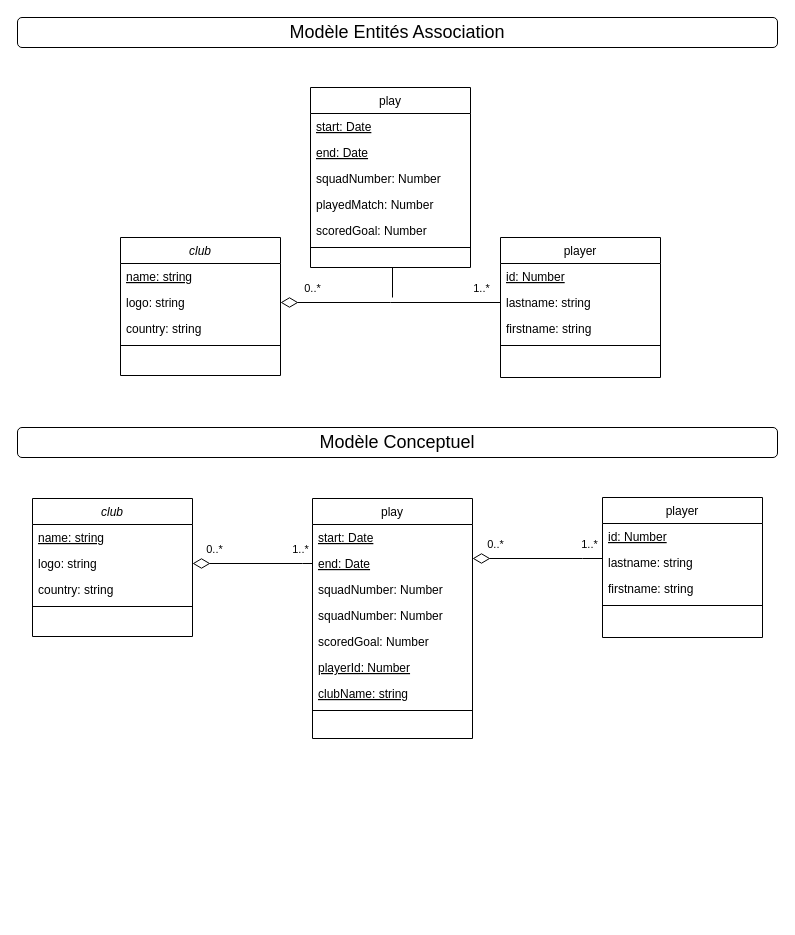
This is documentation/uml-sportyma-eval.drawio from PheonBest/soccer-clubs-react-native-app, a draw.io file, before an edit. Source tidied: cells renumbered, new cells numbered last; positions are measured from the earlier drawing's top-left corner, leaving out a move shared by most shapes. Both pictures are drawn from the tidied source at 100%, with x=0, y=0 at pixel (17, 17).
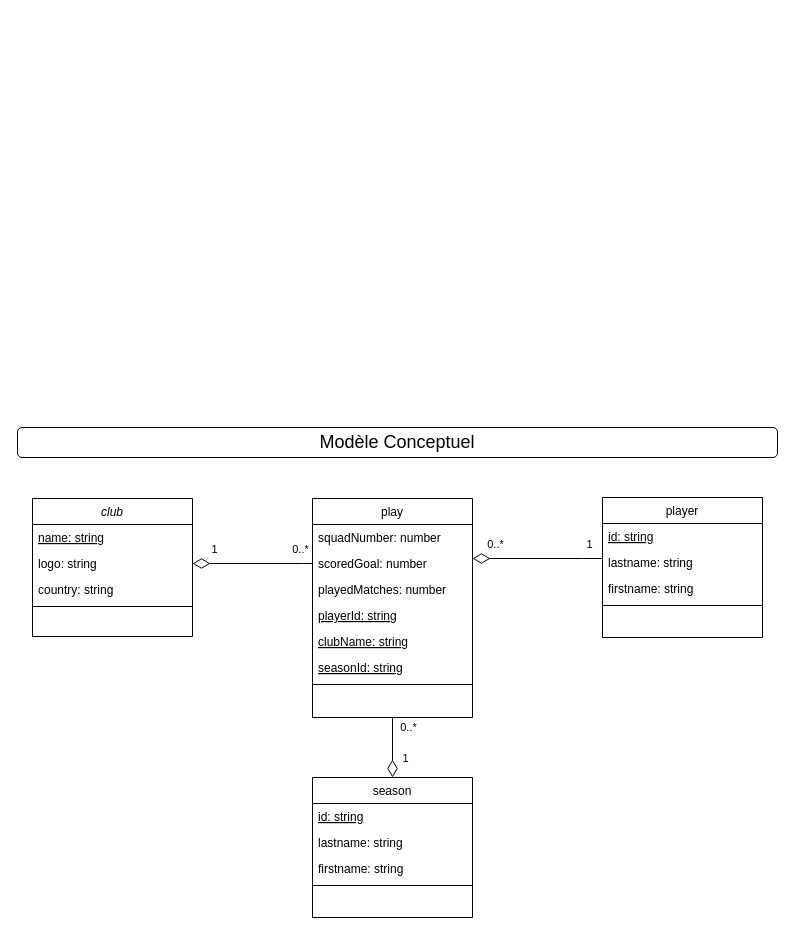
After the change.

The change refers to these unchanged cells:
```xml
<mxCell id="18" value="logo: string" style="text;align=left;verticalAlign=top;spacingLeft=4;spacingRight=4;overflow=hidden;points=[[0,0.5],[1,0.5]];portConstraint=eastwest;rounded=0;shadow=0;html=0;" parent="16" vertex="1">
  <mxGeometry y="52" width="160" height="26" as="geometry" />
</mxCell>
<mxCell id="40" value="player" style="swimlane;fontStyle=0;align=center;verticalAlign=top;horizontal=1;startSize=26;rounded=0;shadow=0;strokeWidth=1;" parent="1" vertex="1">
  <mxGeometry x="585" y="480" width="160" height="140" as="geometry" />
</mxCell>
<mxCell id="45" style="endArrow=none;html=1;rounded=0;startArrow=diamondThin;startFill=0;strokeWidth=1;endSize=15;startSize=15;jumpSize=15;exitX=1;exitY=0.5;exitDx=0;exitDy=0;" parent="1" edge="1">
  <mxGeometry relative="1" as="geometry">
    <mxPoint x="455" y="541" as="sourcePoint" />
    <mxPoint x="585" y="541" as="targetPoint" />
    <Array as="points">
      <mxPoint x="565" y="541" />
    </Array>
  </mxGeometry>
</mxCell>
```

Change to the diagram source:
```diff
@@
-    <mxCell id="2" value="club" style="swimlane;fontStyle=2;align=center;verticalAlign=top;horizontal=1;startSize=26;rounded=0;shadow=0;strokeWidth=1;" parent="1" vertex="1">
-      <mxGeometry x="103" y="220" width="160" height="138" as="geometry" />
-    </mxCell>
-    <mxCell id="3" value="name: string" style="text;align=left;verticalAlign=top;spacingLeft=4;spacingRight=4;overflow=hidden;fontStyle=4;" parent="2" vertex="1">
-      <mxGeometry y="26" width="160" height="26" as="geometry" />
-    </mxCell>
-    <mxCell id="4" value="logo: string" style="text;align=left;verticalAlign=top;spacingLeft=4;spacingRight=4;overflow=hidden;points=[[0,0.5],[1,0.5]];portConstraint=eastwest;rounded=0;shadow=0;html=0;" parent="2" vertex="1">
-      <mxGeometry y="52" width="160" height="26" as="geometry" />
-    </mxCell>
-    <mxCell id="5" value="country: string" style="text;align=left;verticalAlign=top;spacingLeft=4;spacingRight=4;overflow=hidden;rounded=0;shadow=0;html=0;" parent="2" vertex="1">
-      <mxGeometry y="78" width="160" height="26" as="geometry" />
-    </mxCell>
-    <mxCell id="6" style="line;html=1;strokeWidth=1;align=left;verticalAlign=middle;spacingTop=-1;spacingLeft=3;spacingRight=3;labelPosition=right;" parent="2" vertex="1">
-      <mxGeometry y="104" width="160" height="8" as="geometry" />
-    </mxCell>
-    <mxCell id="7" value="player" style="swimlane;fontStyle=0;align=center;verticalAlign=top;horizontal=1;startSize=26;rounded=0;shadow=0;strokeWidth=1;" parent="1" vertex="1">
-      <mxGeometry x="483" y="220" width="160" height="140" as="geometry" />
-    </mxCell>
-    <mxCell id="8" value="id: Number" style="text;align=left;verticalAlign=top;spacingLeft=4;spacingRight=4;overflow=hidden;fontStyle=4;" parent="7" vertex="1">
-      <mxGeometry y="26" width="160" height="26" as="geometry" />
-    </mxCell>
-    <mxCell id="9" value="lastname: string" style="text;align=left;verticalAlign=top;spacingLeft=4;spacingRight=4;overflow=hidden;points=[[0,0.5],[1,0.5]];portConstraint=eastwest;" parent="7" vertex="1">
-      <mxGeometry y="52" width="160" height="26" as="geometry" />
-    </mxCell>
-    <mxCell id="10" value="firstname: string" style="text;align=left;verticalAlign=top;spacingLeft=4;spacingRight=4;overflow=hidden;rounded=0;shadow=0;html=0;" parent="7" vertex="1">
-      <mxGeometry y="78" width="160" height="26" as="geometry" />
-    </mxCell>
-    <mxCell id="11" style="line;html=1;strokeWidth=1;align=left;verticalAlign=middle;spacingTop=-1;spacingLeft=3;spacingRight=3;labelPosition=right;" parent="7" vertex="1">
-      <mxGeometry y="104" width="160" height="8" as="geometry" />
-    </mxCell>
-    <mxCell id="12" style="endArrow=none;html=1;rounded=0;startArrow=diamondThin;startFill=0;strokeWidth=1;endSize=15;startSize=15;jumpSize=15;exitX=1;exitY=0.5;exitDx=0;exitDy=0;entryX=0;entryY=0.5;entryDx=0;entryDy=0;" parent="1" edge="1" source="4" target="9">
-      <mxGeometry relative="1" as="geometry">
-        <Array as="points">
-          <mxPoint x="373" y="285" />
-        </Array>
-      </mxGeometry>
-    </mxCell>
-    <mxCell id="13" value="0..*" style="edgeLabel;html=1;align=center;verticalAlign=middle;" parent="12" vertex="1">
-      <mxGeometry x="-0.81" y="-2" relative="1" as="geometry">
-        <mxPoint x="10" y="-17" as="offset" />
-      </mxGeometry>
-    </mxCell>
-    <mxCell id="14" value="1..*" style="edgeLabel;html=1;align=center;verticalAlign=middle;" parent="12" vertex="1">
-      <mxGeometry x="0.85" y="-2" relative="1" as="geometry">
-        <mxPoint x="-4" y="-17" as="offset" />
-      </mxGeometry>
-    </mxCell>
-    <mxCell id="15" style="edgeStyle=orthogonalEdgeStyle;rounded=0;jumpSize=15;jettySize=auto;html=1;exitX=0.5;exitY=1;exitDx=0;exitDy=0;startArrow=none;startFill=0;startSize=15;endSize=15;strokeWidth=1;endArrow=none;endFill=0;" parent="1" edge="1" source="24">
-      <mxGeometry relative="1" as="geometry">
-        <mxPoint x="375" y="280" as="targetPoint" />
-      </mxGeometry>
-    </mxCell>
@@
-    <mxCell id="21" style="endArrow=none;html=1;rounded=0;startArrow=diamondThin;startFill=0;strokeWidth=1;endSize=15;startSize=15;jumpSize=15;exitX=1;exitY=0.5;exitDx=0;exitDy=0;entryX=0;entryY=0.5;entryDx=0;entryDy=0;" parent="1" edge="1" source="18" target="33">
+    <mxCell id="21" style="endArrow=none;html=1;rounded=0;startArrow=diamondThin;startFill=0;strokeWidth=1;endSize=15;startSize=15;jumpSize=15;exitX=1;exitY=0.5;exitDx=0;exitDy=0;entryX=0;entryY=0.5;entryDx=0;entryDy=0;" parent="1" edge="1" source="18">
       <mxGeometry relative="1" as="geometry">
+        <mxPoint x="295" y="546" as="targetPoint" />
         <Array as="points">
           <mxPoint x="285" y="546" />
         </Array>
       </mxGeometry>
     </mxCell>
-    <mxCell id="22" value="0..*" style="edgeLabel;html=1;align=center;verticalAlign=middle;" parent="21" vertex="1">
+    <mxCell id="22" value="1" style="edgeLabel;html=1;align=center;verticalAlign=middle;" parent="21" vertex="1">
       <mxGeometry x="-0.81" y="-2" relative="1" as="geometry">
         <mxPoint x="10" y="-17" as="offset" />
       </mxGeometry>
     </mxCell>
-    <mxCell id="23" value="1..*" style="edgeLabel;html=1;align=center;verticalAlign=middle;" parent="21" vertex="1">
+    <mxCell id="23" value="0..*" style="edgeLabel;html=1;align=center;verticalAlign=middle;" parent="21" vertex="1">
       <mxGeometry x="0.85" y="-2" relative="1" as="geometry">
         <mxPoint x="-4" y="-17" as="offset" />
       </mxGeometry>
     </mxCell>
-    <mxCell id="24" value="play" style="swimlane;fontStyle=0;align=center;verticalAlign=top;horizontal=1;startSize=26;rounded=0;shadow=0;strokeWidth=1;" parent="1" vertex="1">
-      <mxGeometry x="293" y="70" width="160" height="180" as="geometry" />
-    </mxCell>
-    <mxCell id="25" value="start: Date" style="text;align=left;verticalAlign=top;spacingLeft=4;spacingRight=4;overflow=hidden;fontStyle=4;" parent="24" vertex="1">
-      <mxGeometry y="26" width="160" height="26" as="geometry" />
-    </mxCell>
-    <mxCell id="26" value="end: Date" style="text;align=left;verticalAlign=top;spacingLeft=4;spacingRight=4;overflow=hidden;fontStyle=4;" parent="24" vertex="1">
-      <mxGeometry y="52" width="160" height="26" as="geometry" />
-    </mxCell>
-    <mxCell id="27" value="squadNumber: Number" style="text;align=left;verticalAlign=top;spacingLeft=4;spacingRight=4;overflow=hidden;" parent="24" vertex="1">
-      <mxGeometry y="78" width="160" height="26" as="geometry" />
-    </mxCell>
-    <mxCell id="28" value="playedMatch: Number" style="text;align=left;verticalAlign=top;spacingLeft=4;spacingRight=4;overflow=hidden;" parent="24" vertex="1">
-      <mxGeometry y="104" width="160" height="26" as="geometry" />
-    </mxCell>
-    <mxCell id="29" value="scoredGoal: Number" style="text;align=left;verticalAlign=top;spacingLeft=4;spacingRight=4;overflow=hidden;" parent="24" vertex="1">
-      <mxGeometry y="130" width="160" height="26" as="geometry" />
-    </mxCell>
-    <mxCell id="30" style="line;html=1;strokeWidth=1;align=left;verticalAlign=middle;spacingTop=-1;spacingLeft=3;spacingRight=3;labelPosition=right;" parent="24" vertex="1">
-      <mxGeometry y="156" width="160" height="8" as="geometry" />
-    </mxCell>
     <mxCell id="31" value="play" style="swimlane;fontStyle=0;align=center;verticalAlign=top;horizontal=1;startSize=26;rounded=0;shadow=0;strokeWidth=1;" parent="1" vertex="1">
-      <mxGeometry x="295" y="481" width="160" height="240" as="geometry" />
+      <mxGeometry x="295" y="481" width="160" height="219" as="geometry" />
     </mxCell>
-    <mxCell id="32" value="start: Date" style="text;align=left;verticalAlign=top;spacingLeft=4;spacingRight=4;overflow=hidden;fontStyle=4;" parent="31" vertex="1">
-      <mxGeometry y="26" width="160" height="26" as="geometry" />
-    </mxCell>
-    <mxCell id="33" value="end: Date" style="text;align=left;verticalAlign=top;spacingLeft=4;spacingRight=4;overflow=hidden;points=[[0,0.5],[1,0.5]];portConstraint=eastwest;fontStyle=4;" parent="31" vertex="1">
-      <mxGeometry y="52" width="160" height="26" as="geometry" />
-    </mxCell>
-    <mxCell id="34" value="squadNumber: Number" style="text;align=left;verticalAlign=top;spacingLeft=4;spacingRight=4;overflow=hidden;" parent="31" vertex="1">
-      <mxGeometry y="78" width="160" height="26" as="geometry" />
+    <mxCell id="34" value="squadNumber: number" style="text;align=left;verticalAlign=top;spacingLeft=4;spacingRight=4;overflow=hidden;" parent="31" vertex="1">
+      <mxGeometry y="26" width="160" height="26" as="geometry" />
     </mxCell>
-    <mxCell id="35" value="squadNumber: Number" style="text;align=left;verticalAlign=top;spacingLeft=4;spacingRight=4;overflow=hidden;" parent="31" vertex="1">
-      <mxGeometry y="104" width="160" height="26" as="geometry" />
+    <mxCell id="35" value="scoredGoal: number" style="text;align=left;verticalAlign=top;spacingLeft=4;spacingRight=4;overflow=hidden;" parent="31" vertex="1">
+      <mxGeometry y="52" width="160" height="26" as="geometry" />
     </mxCell>
-    <mxCell id="36" value="scoredGoal: Number" style="text;align=left;verticalAlign=top;spacingLeft=4;spacingRight=4;overflow=hidden;" parent="31" vertex="1">
-      <mxGeometry y="130" width="160" height="26" as="geometry" />
+    <mxCell id="36" value="playedMatches: number" style="text;align=left;verticalAlign=top;spacingLeft=4;spacingRight=4;overflow=hidden;" parent="31" vertex="1">
+      <mxGeometry y="78" width="160" height="26" as="geometry" />
     </mxCell>
-    <mxCell id="37" value="playerId: Number" style="text;align=left;verticalAlign=top;spacingLeft=4;spacingRight=4;overflow=hidden;fontStyle=4;" parent="31" vertex="1">
-      <mxGeometry y="156" width="160" height="26" as="geometry" />
+    <mxCell id="37" value="playerId: string" style="text;align=left;verticalAlign=top;spacingLeft=4;spacingRight=4;overflow=hidden;fontStyle=4;" parent="31" vertex="1">
+      <mxGeometry y="104" width="160" height="26" as="geometry" />
     </mxCell>
     <mxCell id="38" value="clubName: string" style="text;align=left;verticalAlign=top;spacingLeft=4;spacingRight=4;overflow=hidden;fontStyle=4;" parent="31" vertex="1">
-      <mxGeometry y="182" width="160" height="26" as="geometry" />
+      <mxGeometry y="130" width="160" height="26" as="geometry" />
     </mxCell>
+    <mxCell id="50" value="seasonId: string" style="text;align=left;verticalAlign=top;spacingLeft=4;spacingRight=4;overflow=hidden;fontStyle=4;" parent="31" vertex="1">
+      <mxGeometry y="156" width="160" height="26" as="geometry" />
+    </mxCell>
     <mxCell id="39" style="line;html=1;strokeWidth=1;align=left;verticalAlign=middle;spacingTop=-1;spacingLeft=3;spacingRight=3;labelPosition=right;" parent="31" vertex="1">
-      <mxGeometry y="208" width="160" height="8" as="geometry" />
+      <mxGeometry y="182" width="160" height="8" as="geometry" />
     </mxCell>
@@
-    <mxCell id="41" value="id: Number" style="text;align=left;verticalAlign=top;spacingLeft=4;spacingRight=4;overflow=hidden;fontStyle=4;" parent="40" vertex="1">
+    <mxCell id="41" value="id: string" style="text;align=left;verticalAlign=top;spacingLeft=4;spacingRight=4;overflow=hidden;fontStyle=4;" parent="40" vertex="1">
       <mxGeometry y="26" width="160" height="26" as="geometry" />
     </mxCell>
@@
-    <mxCell id="47" value="1..*" style="edgeLabel;html=1;align=center;verticalAlign=middle;" parent="45" vertex="1">
+    <mxCell id="47" value="1" style="edgeLabel;html=1;align=center;verticalAlign=middle;" parent="45" vertex="1">
       <mxGeometry x="0.85" y="-2" relative="1" as="geometry">
         <mxPoint x="-4" y="-17" as="offset" />
       </mxGeometry>
     </mxCell>
-    <mxCell id="48" value="&lt;div style=&quot;font-size: 18px&quot; align=&quot;center&quot;&gt;&lt;font style=&quot;font-size: 18px&quot;&gt;Modèle &lt;/font&gt;&lt;font style=&quot;font-size: 18px&quot;&gt;Entités Association&lt;/font&gt;&lt;/div&gt;" style="text;html=1;strokeColor=default;fillColor=default;align=center;verticalAlign=middle;whiteSpace=wrap;rounded=1;" parent="1" vertex="1">
-      <mxGeometry width="760" height="30" as="geometry" />
-    </mxCell>
@@
+    <mxCell id="51" value="season" style="swimlane;fontStyle=0;align=center;verticalAlign=top;horizontal=1;startSize=26;rounded=0;shadow=0;strokeWidth=1;" parent="1" vertex="1">
+      <mxGeometry x="295" y="760" width="160" height="140" as="geometry" />
+    </mxCell>
+    <mxCell id="52" value="id: string" style="text;align=left;verticalAlign=top;spacingLeft=4;spacingRight=4;overflow=hidden;fontStyle=4;" parent="51" vertex="1">
+      <mxGeometry y="26" width="160" height="26" as="geometry" />
+    </mxCell>
+    <mxCell id="9" value="lastname: string" style="text;align=left;verticalAlign=top;spacingLeft=4;spacingRight=4;overflow=hidden;points=[[0,0.5],[1,0.5]];portConstraint=eastwest;" parent="51" vertex="1">
+      <mxGeometry y="52" width="160" height="26" as="geometry" />
+    </mxCell>
+    <mxCell id="10" value="firstname: string" style="text;align=left;verticalAlign=top;spacingLeft=4;spacingRight=4;overflow=hidden;rounded=0;shadow=0;html=0;" parent="51" vertex="1">
+      <mxGeometry y="78" width="160" height="26" as="geometry" />
+    </mxCell>
+    <mxCell id="53" style="line;html=1;strokeWidth=1;align=left;verticalAlign=middle;spacingTop=-1;spacingLeft=3;spacingRight=3;labelPosition=right;" parent="51" vertex="1">
+      <mxGeometry y="104" width="160" height="8" as="geometry" />
+    </mxCell>
+    <mxCell id="54" style="endArrow=none;html=1;rounded=0;startArrow=diamondThin;startFill=0;strokeWidth=1;endSize=15;startSize=15;jumpSize=15;exitX=0.5;exitY=0;exitDx=0;exitDy=0;entryX=0.5;entryY=1;entryDx=0;entryDy=0;" parent="1" edge="1" source="51" target="31">
+      <mxGeometry relative="1" as="geometry" />
+    </mxCell>
+    <mxCell id="55" value="1" style="edgeLabel;html=1;align=center;verticalAlign=middle;" parent="54" vertex="1">
+      <mxGeometry x="-0.81" y="-2" relative="1" as="geometry">
+        <mxPoint x="10" y="-14" as="offset" />
+      </mxGeometry>
+    </mxCell>
+    <mxCell id="13" value="0..*" style="edgeLabel;html=1;align=center;verticalAlign=middle;" parent="54" vertex="1">
+      <mxGeometry x="0.85" y="-2" relative="1" as="geometry">
+        <mxPoint x="13" y="5" as="offset" />
+      </mxGeometry>
+    </mxCell>
```
